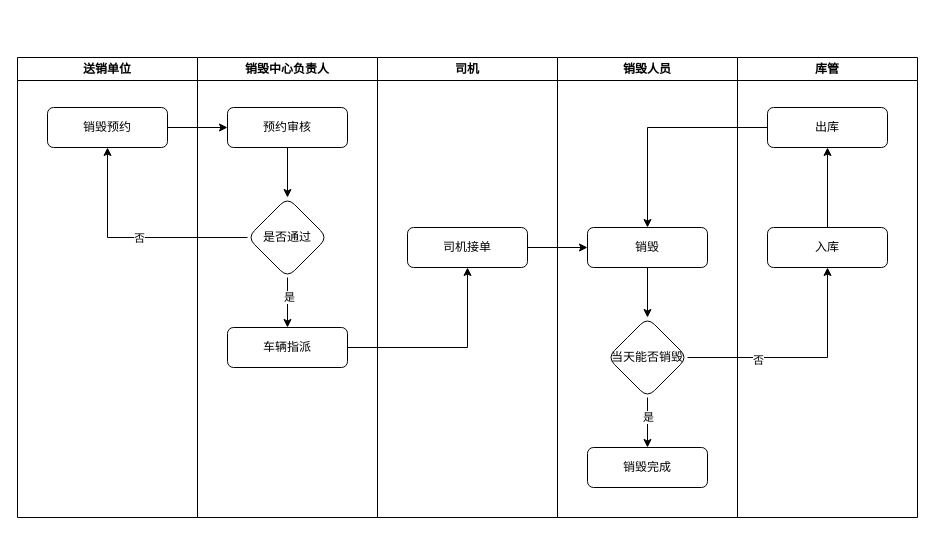
JaceLu/Docs keeps this draw.io diagram as 销毁流程.drawio. Above is the earlier version. Source tidied: cells renumbered, new cells numbered last; positions are measured from the earlier drawing's top-left corner, leaving out a move shared by most shapes. Both pictures are drawn from the tidied source at 100%, with x=0, y=0 at pixel (17, 57).
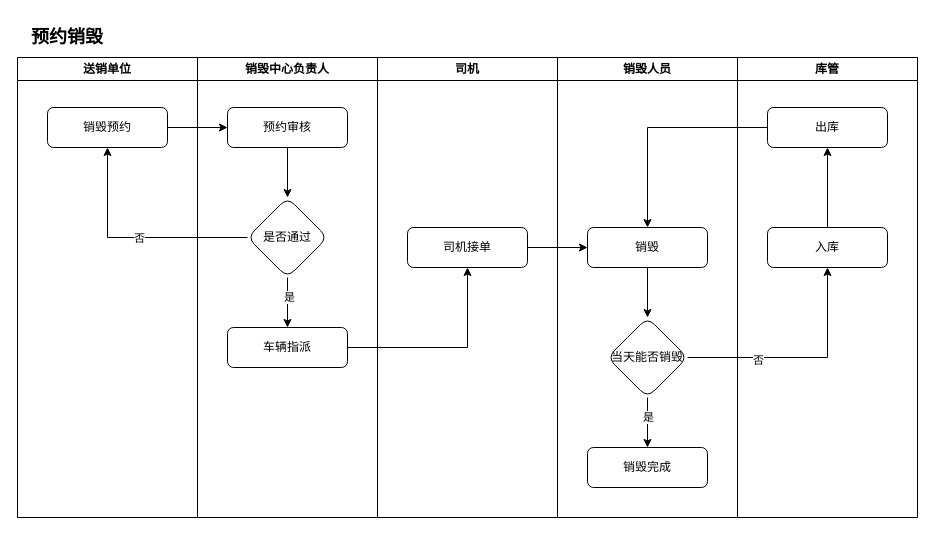
Above is the later version.

Commit message (it also covers changes not shown here):
更新销毁流程.drawio

The edit, as a diff of the source:
```diff
@@
+    <mxCell id="32" value="预约销毁" style="text;html=1;strokeColor=none;fillColor=none;align=center;verticalAlign=middle;whiteSpace=wrap;rounded=0;fontSize=18;fontStyle=1;" parent="1" vertex="1">
+      <mxGeometry y="-40" width="100" height="40" as="geometry" />
+    </mxCell>
```
